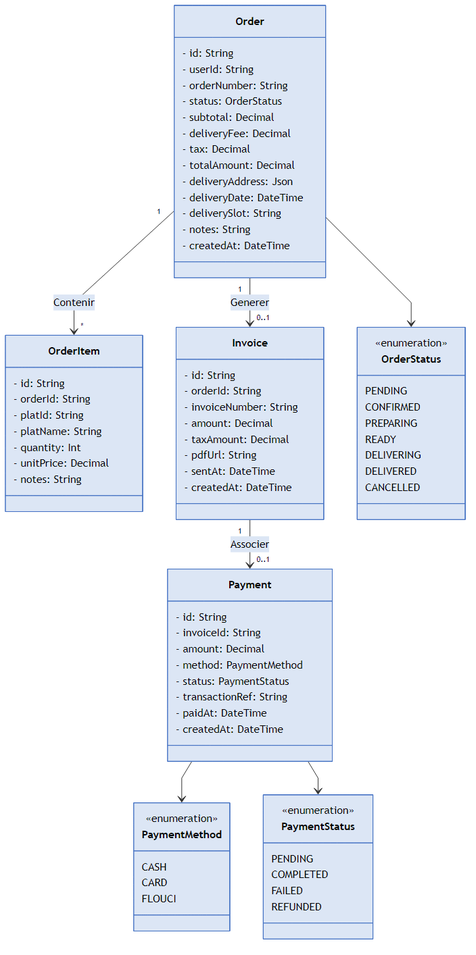
Earlier version of the Mermaid export rapport/diagrams/class_sprint3.png (hamzabenmarwen/app_pfe). Its source is kept beside it as mermaid_sources/class_sprint3.mmd.
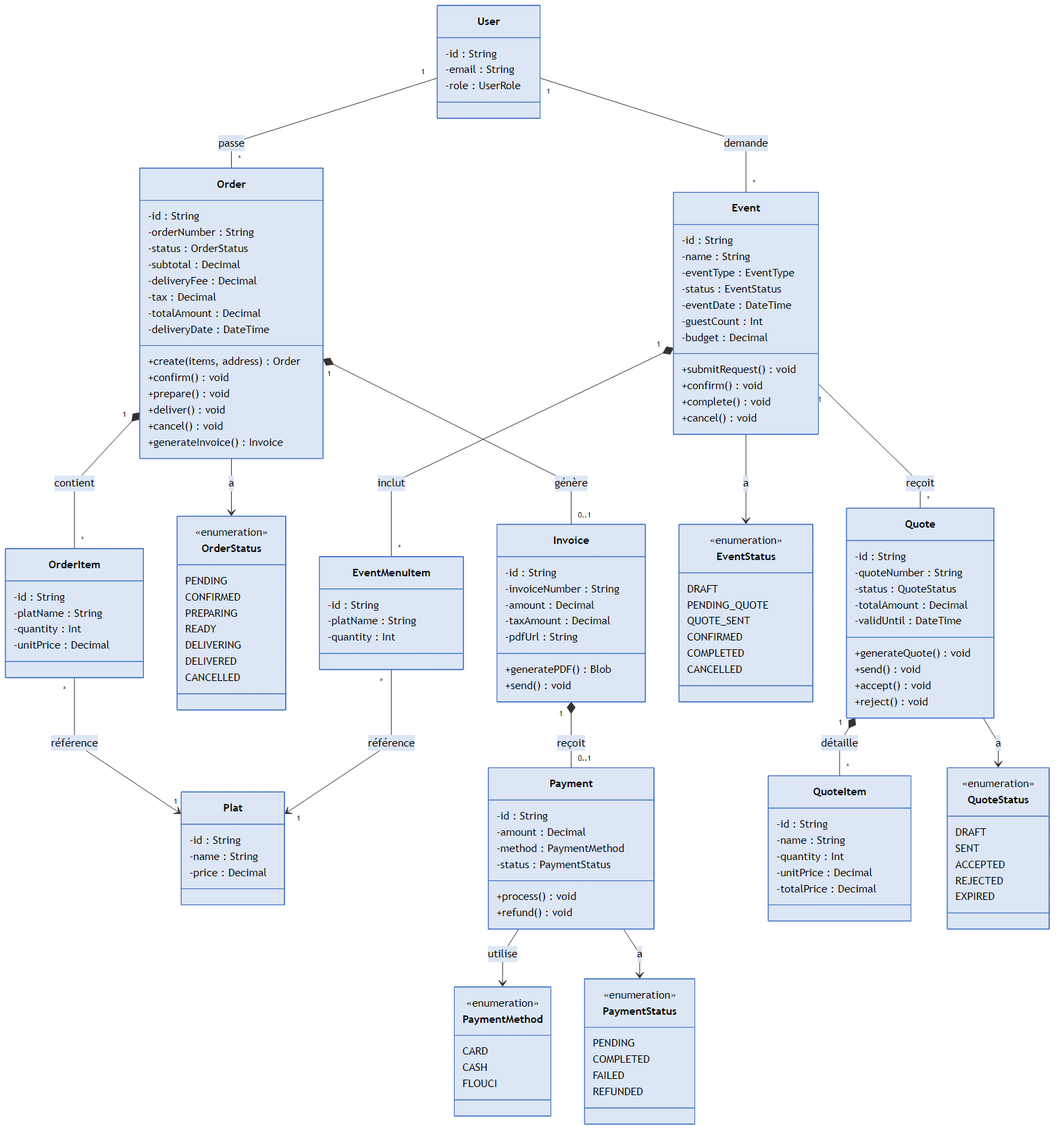
After the change.

The edit, as a diff of the source:
```diff
@@ -1,50 +1,40 @@
 classDiagram
+    direction TB
+
+    class User {
+        -id : String
+        -email : String
+        -role : UserRole
+    }
+
+    class Plat {
+        -id : String
+        -name : String
+        -price : Decimal
+    }
+
     class Order {
-        - id: String
-        - userId: String
-        - orderNumber: String
-        - status: OrderStatus
-        - subtotal: Decimal
-        - deliveryFee: Decimal
-        - tax: Decimal
-        - totalAmount: Decimal
-        - deliveryAddress: Json
-        - deliveryDate: DateTime
-        - deliverySlot: String
-        - notes: String
-        - createdAt: DateTime
+        -id : String
+        -orderNumber : String
+        -status : OrderStatus
+        -subtotal : Decimal
+        -deliveryFee : Decimal
+        -tax : Decimal
+        -totalAmount : Decimal
+        -deliveryDate : DateTime
+        +create(items, address) Order
+        +confirm() void
+        +prepare() void
+        +deliver() void
+        +cancel() void
+        +generateInvoice() Invoice
     }
 
     class OrderItem {
-        - id: String
-        - orderId: String
-        - platId: String
-        - platName: String
-        - quantity: Int
-        - unitPrice: Decimal
-        - notes: String
-    }
-
-    class Invoice {
-        - id: String
-        - orderId: String
-        - invoiceNumber: String
-        - amount: Decimal
-        - taxAmount: Decimal
-        - pdfUrl: String
-        - sentAt: DateTime
-        - createdAt: DateTime
-    }
-
-    class Payment {
-        - id: String
-        - invoiceId: String
-        - amount: Decimal
-        - method: PaymentMethod
-        - status: PaymentStatus
-        - transactionRef: String
-        - paidAt: DateTime
-        - createdAt: DateTime
+        -id : String
+        -platName : String
+        -quantity : Int
+        -unitPrice : Decimal
     }
 
     class OrderStatus {
@@ -58,10 +48,29 @@
         CANCELLED
     }
 
+    class Invoice {
+        -id : String
+        -invoiceNumber : String
+        -amount : Decimal
+        -taxAmount : Decimal
+        -pdfUrl : String
+        +generatePDF() Blob
+        +send() void
+    }
+
+    class Payment {
+        -id : String
+        -amount : Decimal
+        -method : PaymentMethod
+        -status : PaymentStatus
+        +process() void
+        +refund() void
+    }
+
     class PaymentMethod {
         <<enumeration>>
+        CARD
         CASH
-        CARD
         FLOUCI
     }
 
@@ -73,9 +82,78 @@
         REFUNDED
     }
 
-    Order "1" --> "*" OrderItem : Contenir
-    Order "1" --> "0..1" Invoice : Generer
-    Invoice "1" --> "0..1" Payment : Associer
-    Order --> OrderStatus
-    Payment --> PaymentMethod
-    Payment --> PaymentStatus
+    class Event {
+        -id : String
+        -name : String
+        -eventType : EventType
+        -status : EventStatus
+        -eventDate : DateTime
+        -guestCount : Int
+        -budget : Decimal
+        +submitRequest() void
+        +confirm() void
+        +complete() void
+        +cancel() void
+    }
+
+    class EventMenuItem {
+        -id : String
+        -platName : String
+        -quantity : Int
+    }
+
+    class EventStatus {
+        <<enumeration>>
+        DRAFT
+        PENDING_QUOTE
+        QUOTE_SENT
+        CONFIRMED
+        COMPLETED
+        CANCELLED
+    }
+
+    class Quote {
+        -id : String
+        -quoteNumber : String
+        -status : QuoteStatus
+        -totalAmount : Decimal
+        -validUntil : DateTime
+        +generateQuote() void
+        +send() void
+        +accept() void
+        +reject() void
+    }
+
+    class QuoteItem {
+        -id : String
+        -name : String
+        -quantity : Int
+        -unitPrice : Decimal
+        -totalPrice : Decimal
+    }
+
+    class QuoteStatus {
+        <<enumeration>>
+        DRAFT
+        SENT
+        ACCEPTED
+        REJECTED
+        EXPIRED
+    }
+
+    User "1" -- "*" Order : passe
+    Order "1" *-- "*" OrderItem : contient
+    OrderItem "*" --> "1" Plat : référence
+    Order "1" *-- "0..1" Invoice : génère
+    Invoice "1" *-- "0..1" Payment : reçoit
+    Order --> OrderStatus : a
+    Payment --> PaymentMethod : utilise
+    Payment --> PaymentStatus : a
+
+    User "1" -- "*" Event : demande
+    Event "1" *-- "*" EventMenuItem : inclut
+    EventMenuItem "*" --> "1" Plat : référence
+    Event "1" -- "*" Quote : reçoit
+    Quote "1" *-- "*" QuoteItem : détaille
+    Event --> EventStatus : a
+    Quote --> QuoteStatus : a
```
